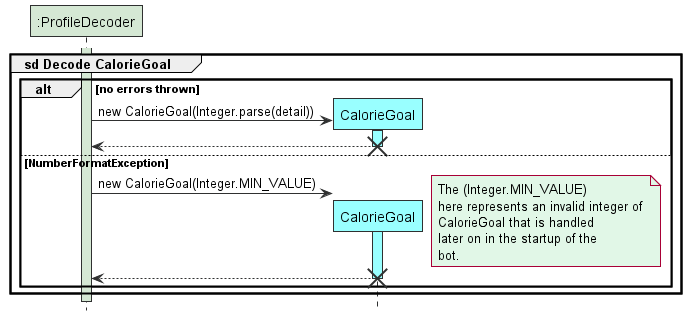
The PlantUML diagram docs/images/DecodeCalorieGoal.png in tryyang2001/tp, before a commit. Its diagram source:
```plantuml
@startuml

!include style.puml
hide footbox

group sd Decode CalorieGoal
participant ":ProfileDecoder" As ProfileDecoder STORAGE_COLOUR
participant CalorieGoal DATA_COLOUR

activate ProfileDecoder STORAGE_COLOUR
alt no errors thrown
ProfileDecoder -> CalorieGoal ** DATA_COLOUR: new CalorieGoal(Integer.parse(detail))
activate CalorieGoal DATA_COLOUR
    CalorieGoal --> ProfileDecoder
deactivate
destroy CalorieGoal
else NumberFormatException
ProfileDecoder -> CalorieGoal ** DATA_COLOUR: new CalorieGoal(Integer.MIN_VALUE)
note right STORAGE_FADED_COLOUR: The (Integer.MIN_VALUE) \nhere represents an invalid integer of \nCalorieGoal that is handled\nlater on in the startup of the \nbot.

activate CalorieGoal DATA_COLOUR
    CalorieGoal --> ProfileDecoder
deactivate
destroy CalorieGoal

end

end
@enduml
```
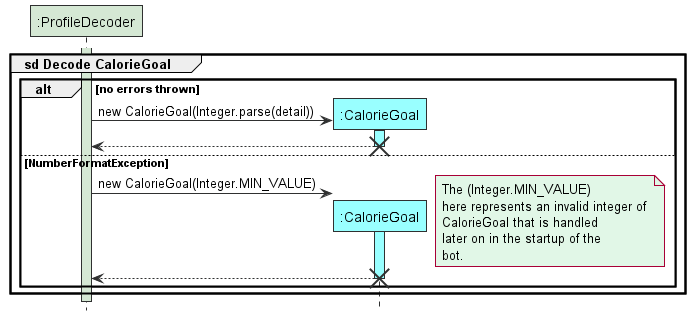
The same diagram one commit later.

Change to the diagram source:
```diff
@@ -5,7 +5,7 @@
 
 group sd Decode CalorieGoal
 participant ":ProfileDecoder" As ProfileDecoder STORAGE_COLOUR
-participant CalorieGoal DATA_COLOUR
+participant ":CalorieGoal" As CalorieGoal DATA_COLOUR
 
 activate ProfileDecoder STORAGE_COLOUR
 alt no errors thrown
```
